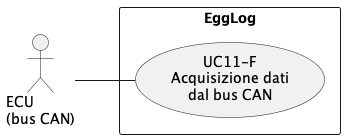
Earlier version of the PlantUML export thesis/files/img/puml/usecase/UC11.png (zakka00/Tesi_EggLog).
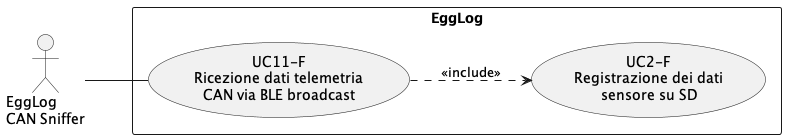
After the change.

Commit message:
Diagramma UC11-F corretto

Diff of the diagram source:
```diff
@@ -2,11 +2,13 @@
 left to right direction
 skinparam packageStyle rectangle
 
-actor "ECU\n(bus CAN)" as ECU
+actor "EggLog\nCAN Sniffer" as Sniffer
 
 rectangle EggLog {
-    usecase "UC11-F\nAcquisizione dati\ndal bus CAN" as UC11
+    usecase "UC11-F\nRicezione dati telemetria\nCAN via BLE broadcast" as UC11
+    usecase "UC2-F\nRegistrazione dei dati\nsensore su SD" as UC2
 }
 
-ECU -- UC11
+Sniffer -- UC11
+UC11 ..> UC2 : <<include>>
 @enduml
```
